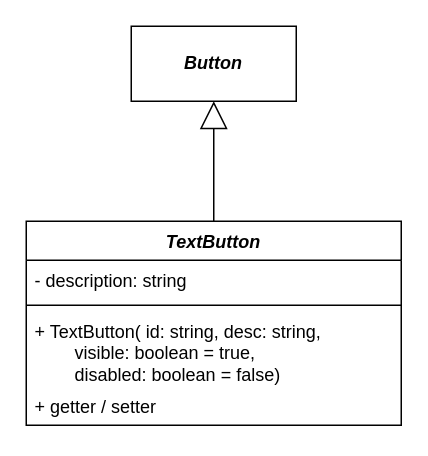
Above: docs/issue/120-diagram.drawio in elma1989/el-pollo-loco (draw.io), before the change. Source tidied: cells renumbered, new cells numbered last; positions are measured from the earlier drawing's top-left corner, leaving out a move shared by most shapes. Both pictures are drawn from the tidied source at 150%, with x=0, y=0 at pixel (26, 26).
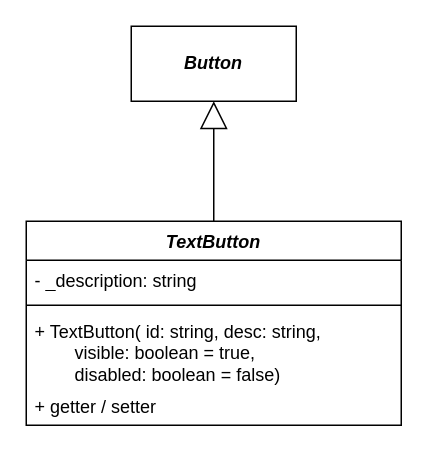
Above is the later version.

Commit message (it also covers changes not shown here):
doc: Updated classes.drawio - Updated TextButton to current state

The edit, as a diff of the source:
```diff
@@
 <mxGraphModel>
   <root>
     <mxCell id="0" />
     <mxCell id="1" parent="0" />
     <mxCell id="2" value="TextButton" style="swimlane;fontStyle=3;align=center;verticalAlign=top;horizontal=1;startSize=26;whiteSpace=wrap;html=1;" parent="1" vertex="1">
       <mxGeometry y="130" width="250" height="136" as="geometry" />
     </mxCell>
-    <mxCell id="3" value="- description: string" style="text;strokeColor=none;fillColor=none;align=left;verticalAlign=top;spacingLeft=4;spacingRight=4;overflow=hidden;whiteSpace=wrap;html=1;" parent="2" vertex="1">
+    <mxCell id="3" value="- _description: string" style="text;strokeColor=none;fillColor=none;align=left;verticalAlign=top;spacingLeft=4;spacingRight=4;overflow=hidden;whiteSpace=wrap;html=1;" parent="2" vertex="1">
       <mxGeometry y="26" width="250" height="26" as="geometry" />
     </mxCell>
     <mxCell id="4" style="line;strokeWidth=1;fillColor=none;align=left;verticalAlign=middle;spacingTop=-1;spacingLeft=3;spacingRight=3;labelPosition=right;strokeColor=inherit;" parent="2" vertex="1">
       <mxGeometry y="52" width="250" height="8" as="geometry" />
     </mxCell>
     <mxCell id="5" value="+ TextButton( id: string, desc: string,&lt;div&gt;&lt;span style=&quot;white-space: pre;&quot;&gt;&#9;&lt;/span&gt;visible: boolean = true,&amp;nbsp;&lt;/div&gt;&lt;div&gt;&lt;span style=&quot;white-space: pre;&quot;&gt;&#9;&lt;/span&gt;disabled: boolean = false)&lt;/div&gt;" style="text;strokeColor=none;fillColor=none;align=left;verticalAlign=top;spacingLeft=4;spacingRight=4;overflow=hidden;whiteSpace=wrap;html=1;" parent="2" vertex="1">
       <mxGeometry y="60" width="250" height="50" as="geometry" />
     </mxCell>
     <mxCell id="6" value="+ getter / setter" style="text;strokeColor=none;fillColor=none;align=left;verticalAlign=top;spacingLeft=4;spacingRight=4;overflow=hidden;whiteSpace=wrap;html=1;" parent="2" vertex="1">
       <mxGeometry y="110" width="250" height="26" as="geometry" />
     </mxCell>
     <mxCell id="7" style="endArrow=block;endSize=16;endFill=0;html=1;rounded=0;strokeColor=default;entryX=0.5;entryY=1;entryDx=0;entryDy=0;" parent="1" edge="1" source="2" target="8">
       <mxGeometry relative="1" as="geometry" />
     </mxCell>
     <mxCell id="8" value="Button" style="html=1;whiteSpace=wrap;fontStyle=3;" parent="1" vertex="1">
       <mxGeometry x="70" width="110" height="50" as="geometry" />
     </mxCell>
   </root>
 </mxGraphModel>
```
